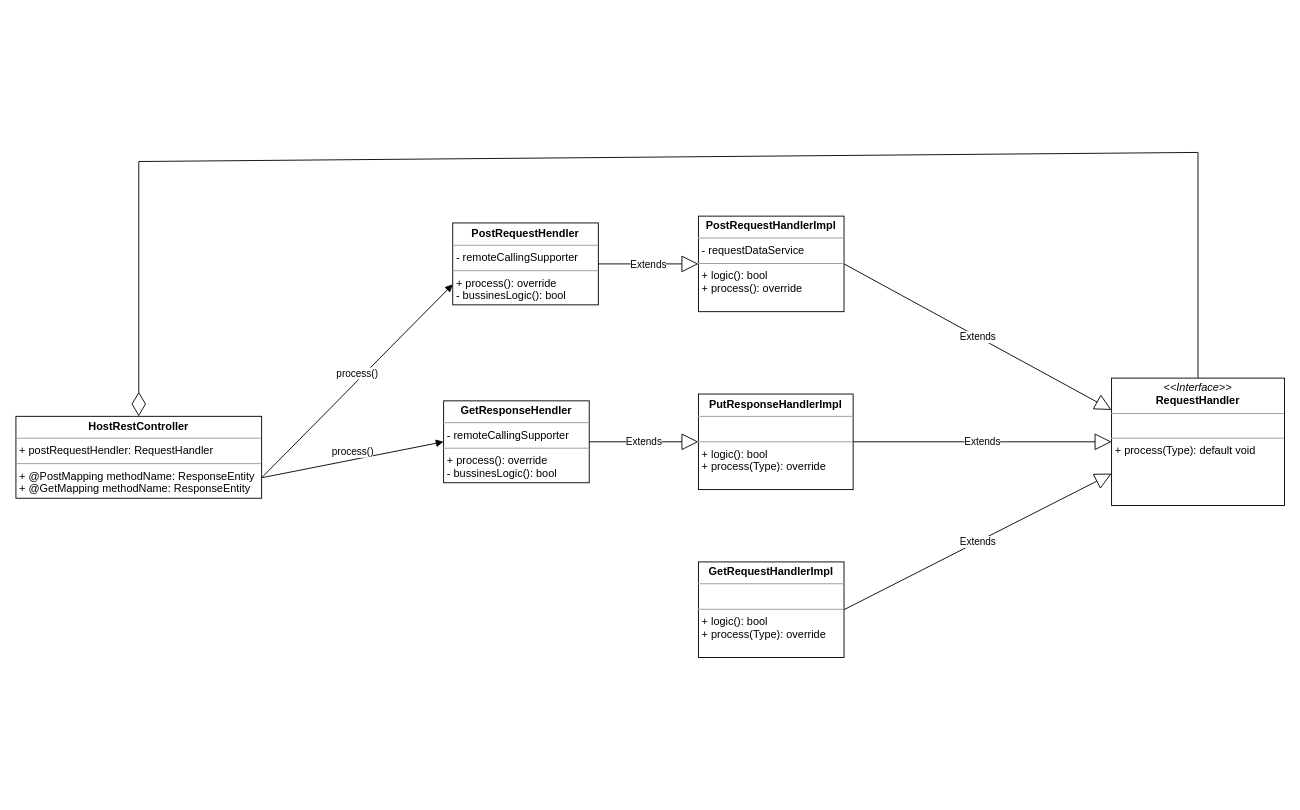
Jurixx777/schema keeps this draw.io diagram as adaptertemplate/Untitled Diagram.drawio. Above is the earlier version. Source tidied: cells renumbered, new cells numbered last; positions are measured from the earlier drawing's top-left corner, leaving out a move shared by most shapes. Both pictures are drawn from the tidied source at 91%, with x=0, y=0 at pixel (15, 152).
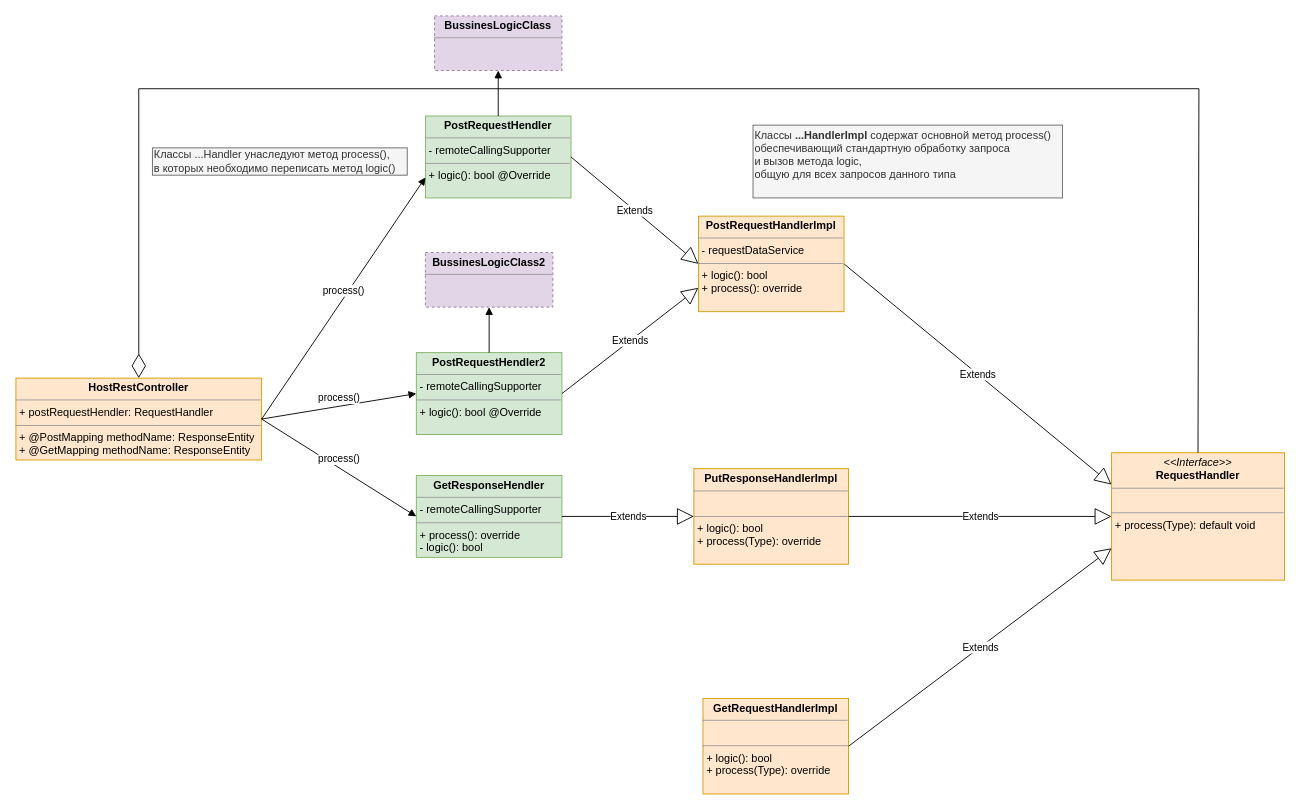
The same diagram, later.

The edit, as a diff of the source:
```diff
@@
-    <mxCell id="2" value="&lt;p style=&quot;margin: 0px ; margin-top: 4px ; text-align: center&quot;&gt;&lt;i&gt;&amp;lt;&amp;lt;Interface&amp;gt;&amp;gt;&lt;/i&gt;&lt;br&gt;&lt;b&gt;RequestHandler&lt;/b&gt;&lt;/p&gt;&lt;hr size=&quot;1&quot;&gt;&lt;p style=&quot;margin: 0px ; margin-left: 4px&quot;&gt;&lt;br&gt;&lt;/p&gt;&lt;hr size=&quot;1&quot;&gt;&lt;p style=&quot;margin: 0px ; margin-left: 4px&quot;&gt;+ process(Type): default void&lt;br&gt;&lt;/p&gt;" style="verticalAlign=top;align=left;overflow=fill;fontSize=12;fontFamily=Helvetica;html=1;" parent="1" vertex="1">
-      <mxGeometry x="1204" y="248" width="190" height="140" as="geometry" />
+    <mxCell id="2" value="&lt;p style=&quot;margin: 0px ; margin-top: 4px ; text-align: center&quot;&gt;&lt;i&gt;&amp;lt;&amp;lt;Interface&amp;gt;&amp;gt;&lt;/i&gt;&lt;br&gt;&lt;b&gt;RequestHandler&lt;/b&gt;&lt;/p&gt;&lt;hr size=&quot;1&quot;&gt;&lt;p style=&quot;margin: 0px ; margin-left: 4px&quot;&gt;&lt;br&gt;&lt;/p&gt;&lt;hr size=&quot;1&quot;&gt;&lt;p style=&quot;margin: 0px ; margin-left: 4px&quot;&gt;+ process(Type): default void&lt;br&gt;&lt;/p&gt;" style="verticalAlign=top;align=left;overflow=fill;fontSize=12;fontFamily=Helvetica;html=1;fillColor=#ffe6cc;strokeColor=#d79b00;" parent="1" vertex="1">
+      <mxGeometry x="1204" y="330" width="190" height="140" as="geometry" />
     </mxCell>
@@
-    <mxCell id="4" value="&lt;p style=&quot;margin: 0px ; margin-top: 4px ; text-align: center&quot;&gt;&lt;b&gt;PostRequestHandlerImpl&lt;/b&gt;&lt;/p&gt;&lt;hr size=&quot;1&quot;&gt;&lt;p style=&quot;margin: 0px ; margin-left: 4px&quot;&gt;- requestDataService&lt;br&gt;&lt;/p&gt;&lt;hr size=&quot;1&quot;&gt;&lt;p style=&quot;margin: 0px ; margin-left: 4px&quot;&gt;+ logic(): bool&lt;/p&gt;&lt;p style=&quot;margin: 0px ; margin-left: 4px&quot;&gt;+ process(): override&lt;br&gt;&lt;/p&gt;&lt;p style=&quot;margin: 0px ; margin-left: 4px&quot;&gt;&lt;br&gt;&lt;/p&gt;" style="verticalAlign=top;align=left;overflow=fill;fontSize=12;fontFamily=Helvetica;html=1;" parent="1" vertex="1">
+    <mxCell id="4" value="&lt;p style=&quot;margin: 0px ; margin-top: 4px ; text-align: center&quot;&gt;&lt;b&gt;PostRequestHandlerImpl&lt;/b&gt;&lt;/p&gt;&lt;hr size=&quot;1&quot;&gt;&lt;p style=&quot;margin: 0px ; margin-left: 4px&quot;&gt;- requestDataService&lt;br&gt;&lt;/p&gt;&lt;hr size=&quot;1&quot;&gt;&lt;p style=&quot;margin: 0px ; margin-left: 4px&quot;&gt;+ logic(): bool&lt;/p&gt;&lt;p style=&quot;margin: 0px ; margin-left: 4px&quot;&gt;+ process(): override&lt;br&gt;&lt;/p&gt;&lt;p style=&quot;margin: 0px ; margin-left: 4px&quot;&gt;&lt;br&gt;&lt;/p&gt;" style="verticalAlign=top;align=left;overflow=fill;fontSize=12;fontFamily=Helvetica;html=1;fillColor=#ffe6cc;strokeColor=#d79b00;" parent="1" vertex="1">
       <mxGeometry x="750" y="70" width="160" height="105" as="geometry" />
     </mxCell>
-    <mxCell id="5" value="&lt;p style=&quot;margin: 0px ; margin-top: 4px ; text-align: center&quot;&gt;&lt;b&gt;PutResponseHandlerImpl&lt;/b&gt;&lt;/p&gt;&lt;hr size=&quot;1&quot;&gt;&lt;p style=&quot;margin: 0px ; margin-left: 4px&quot;&gt;&lt;br&gt;&lt;/p&gt;&lt;hr size=&quot;1&quot;&gt;&lt;p style=&quot;margin: 0px ; margin-left: 4px&quot;&gt;+ logic(): bool&lt;/p&gt;&lt;p style=&quot;margin: 0px ; margin-left: 4px&quot;&gt;+ process(Type): override&lt;br&gt;&lt;/p&gt;&lt;p style=&quot;margin: 0px ; margin-left: 4px&quot;&gt;&lt;br&gt;&lt;/p&gt;" style="verticalAlign=top;align=left;overflow=fill;fontSize=12;fontFamily=Helvetica;html=1;" parent="1" vertex="1">
-      <mxGeometry x="750" y="265.5" width="170" height="105" as="geometry" />
+    <mxCell id="5" value="&lt;p style=&quot;margin: 0px ; margin-top: 4px ; text-align: center&quot;&gt;&lt;b&gt;PutResponseHandlerImpl&lt;/b&gt;&lt;/p&gt;&lt;hr size=&quot;1&quot;&gt;&lt;p style=&quot;margin: 0px ; margin-left: 4px&quot;&gt;&lt;br&gt;&lt;/p&gt;&lt;hr size=&quot;1&quot;&gt;&lt;p style=&quot;margin: 0px ; margin-left: 4px&quot;&gt;+ logic(): bool&lt;/p&gt;&lt;p style=&quot;margin: 0px ; margin-left: 4px&quot;&gt;+ process(Type): override&lt;br&gt;&lt;/p&gt;&lt;p style=&quot;margin: 0px ; margin-left: 4px&quot;&gt;&lt;br&gt;&lt;/p&gt;" style="verticalAlign=top;align=left;overflow=fill;fontSize=12;fontFamily=Helvetica;html=1;fillColor=#ffe6cc;strokeColor=#d79b00;" parent="1" vertex="1">
+      <mxGeometry x="745" y="347.5" width="170" height="105" as="geometry" />
     </mxCell>
@@
-    <mxCell id="7" value="&lt;p style=&quot;margin: 0px ; margin-top: 4px ; text-align: center&quot;&gt;&lt;b&gt;PostRequestHendler&lt;/b&gt;&lt;/p&gt;&lt;hr size=&quot;1&quot;&gt;&lt;p style=&quot;margin: 0px ; margin-left: 4px&quot;&gt;- remoteCallingSupporter&lt;br&gt;&lt;/p&gt;&lt;hr size=&quot;1&quot;&gt;&lt;p style=&quot;margin: 0px ; margin-left: 4px&quot;&gt;+ process(): override&lt;/p&gt;&lt;p style=&quot;margin: 0px ; margin-left: 4px&quot;&gt;- bussinesLogic(): bool&lt;/p&gt;" style="verticalAlign=top;align=left;overflow=fill;fontSize=12;fontFamily=Helvetica;html=1;" parent="1" vertex="1">
-      <mxGeometry x="480" y="77.5" width="160" height="90" as="geometry" />
+    <mxCell id="7" value="&lt;p style=&quot;margin: 0px ; margin-top: 4px ; text-align: center&quot;&gt;&lt;b&gt;PostRequestHendler&lt;/b&gt;&lt;/p&gt;&lt;hr size=&quot;1&quot;&gt;&lt;p style=&quot;margin: 0px ; margin-left: 4px&quot;&gt;- remoteCallingSupporter&lt;br&gt;&lt;/p&gt;&lt;hr size=&quot;1&quot;&gt;&lt;p style=&quot;margin: 0px ; margin-left: 4px&quot;&gt;&lt;span&gt;+ logic(): bool @Override&lt;/span&gt;&lt;br&gt;&lt;/p&gt;" style="verticalAlign=top;align=left;overflow=fill;fontSize=12;fontFamily=Helvetica;html=1;fillColor=#d5e8d4;strokeColor=#82b366;" parent="1" vertex="1">
+      <mxGeometry x="450" y="-40" width="160" height="90" as="geometry" />
     </mxCell>
-    <mxCell id="8" value="&lt;p style=&quot;margin: 0px ; margin-top: 4px ; text-align: center&quot;&gt;&lt;b&gt;GetRequestHandlerImpl&lt;/b&gt;&lt;/p&gt;&lt;hr size=&quot;1&quot;&gt;&lt;p style=&quot;margin: 0px ; margin-left: 4px&quot;&gt;&lt;br&gt;&lt;/p&gt;&lt;hr size=&quot;1&quot;&gt;&lt;p style=&quot;margin: 0px ; margin-left: 4px&quot;&gt;+ logic(): bool&lt;/p&gt;&lt;p style=&quot;margin: 0px ; margin-left: 4px&quot;&gt;+ process(Type): override&lt;br&gt;&lt;/p&gt;&lt;p style=&quot;margin: 0px ; margin-left: 4px&quot;&gt;&lt;br&gt;&lt;/p&gt;" style="verticalAlign=top;align=left;overflow=fill;fontSize=12;fontFamily=Helvetica;html=1;" parent="1" vertex="1">
-      <mxGeometry x="750" y="450" width="160" height="105" as="geometry" />
+    <mxCell id="8" value="&lt;p style=&quot;margin: 0px ; margin-top: 4px ; text-align: center&quot;&gt;&lt;b&gt;GetRequestHandlerImpl&lt;/b&gt;&lt;/p&gt;&lt;hr size=&quot;1&quot;&gt;&lt;p style=&quot;margin: 0px ; margin-left: 4px&quot;&gt;&lt;br&gt;&lt;/p&gt;&lt;hr size=&quot;1&quot;&gt;&lt;p style=&quot;margin: 0px ; margin-left: 4px&quot;&gt;+ logic(): bool&lt;/p&gt;&lt;p style=&quot;margin: 0px ; margin-left: 4px&quot;&gt;+ process(Type): override&lt;br&gt;&lt;/p&gt;&lt;p style=&quot;margin: 0px ; margin-left: 4px&quot;&gt;&lt;br&gt;&lt;/p&gt;" style="verticalAlign=top;align=left;overflow=fill;fontSize=12;fontFamily=Helvetica;html=1;fillColor=#ffe6cc;strokeColor=#d79b00;" parent="1" vertex="1">
+      <mxGeometry x="755" y="600" width="160" height="105" as="geometry" />
     </mxCell>
@@
-    <mxCell id="11" value="&lt;p style=&quot;margin: 0px ; margin-top: 4px ; text-align: center&quot;&gt;&lt;b&gt;HostRestController&lt;/b&gt;&lt;/p&gt;&lt;hr size=&quot;1&quot;&gt;&lt;p style=&quot;margin: 0px ; margin-left: 4px&quot;&gt;+ postRequestHendler: RequestHandler&lt;/p&gt;&lt;hr size=&quot;1&quot;&gt;&lt;p style=&quot;margin: 0px ; margin-left: 4px&quot;&gt;+ @PostMapping methodName: ResponseEntity&lt;br&gt;&lt;/p&gt;&lt;p style=&quot;margin: 0px ; margin-left: 4px&quot;&gt;+ @GetMapping methodName: ResponseEntity&lt;br&gt;&lt;/p&gt;" style="verticalAlign=top;align=left;overflow=fill;fontSize=12;fontFamily=Helvetica;html=1;" parent="1" vertex="1">
-      <mxGeometry y="290" width="270" height="90" as="geometry" />
+    <mxCell id="11" value="&lt;p style=&quot;margin: 0px ; margin-top: 4px ; text-align: center&quot;&gt;&lt;b&gt;HostRestController&lt;/b&gt;&lt;/p&gt;&lt;hr size=&quot;1&quot;&gt;&lt;p style=&quot;margin: 0px ; margin-left: 4px&quot;&gt;+ postRequestHendler: RequestHandler&lt;/p&gt;&lt;hr size=&quot;1&quot;&gt;&lt;p style=&quot;margin: 0px ; margin-left: 4px&quot;&gt;+ @PostMapping methodName: ResponseEntity&lt;br&gt;&lt;/p&gt;&lt;p style=&quot;margin: 0px ; margin-left: 4px&quot;&gt;+ @GetMapping methodName: ResponseEntity&lt;br&gt;&lt;/p&gt;" style="verticalAlign=top;align=left;overflow=fill;fontSize=12;fontFamily=Helvetica;html=1;fillColor=#ffe6cc;strokeColor=#d79b00;" parent="1" vertex="1">
+      <mxGeometry y="248" width="270" height="90" as="geometry" />
     </mxCell>
-    <mxCell id="12" value="process()" style="html=1;verticalAlign=bottom;endArrow=block;rounded=0;entryX=0;entryY=0.75;entryDx=0;entryDy=0;exitX=1;exitY=0.75;exitDx=0;exitDy=0;" parent="1" edge="1" source="11" target="7">
+    <mxCell id="12" value="process()" style="html=1;verticalAlign=bottom;endArrow=block;rounded=0;entryX=0;entryY=0.75;entryDx=0;entryDy=0;exitX=1;exitY=0.5;exitDx=0;exitDy=0;" parent="1" edge="1" source="11" target="7">
       <mxGeometry relative="1" as="geometry" />
     </mxCell>
     <mxCell id="13" style="endArrow=diamondThin;endFill=0;endSize=24;html=1;rounded=0;entryX=0.5;entryY=0;entryDx=0;entryDy=0;exitX=0.5;exitY=0;exitDx=0;exitDy=0;" parent="1" edge="1" source="2" target="11">
       <mxGeometry relative="1" as="geometry">
         <Array as="points">
-          <mxPoint x="1299" />
-          <mxPoint x="135" y="10" />
+          <mxPoint x="1300" y="-70" />
+          <mxPoint x="135" y="-70" />
         </Array>
       </mxGeometry>
     </mxCell>
-    <mxCell id="14" value="&lt;p style=&quot;margin: 0px ; margin-top: 4px ; text-align: center&quot;&gt;&lt;b&gt;GetResponseHendler&lt;/b&gt;&lt;/p&gt;&lt;hr size=&quot;1&quot;&gt;&lt;p style=&quot;margin: 0px ; margin-left: 4px&quot;&gt;- remoteCallingSupporter&lt;br&gt;&lt;/p&gt;&lt;hr size=&quot;1&quot;&gt;&lt;p style=&quot;margin: 0px ; margin-left: 4px&quot;&gt;+ process(): override&lt;/p&gt;&lt;p style=&quot;margin: 0px ; margin-left: 4px&quot;&gt;- bussinesLogic(): bool&lt;/p&gt;" style="verticalAlign=top;align=left;overflow=fill;fontSize=12;fontFamily=Helvetica;html=1;" parent="1" vertex="1">
-      <mxGeometry x="470" y="273" width="160" height="90" as="geometry" />
+    <mxCell id="14" value="&lt;p style=&quot;margin: 0px ; margin-top: 4px ; text-align: center&quot;&gt;&lt;b&gt;GetResponseHendler&lt;/b&gt;&lt;/p&gt;&lt;hr size=&quot;1&quot;&gt;&lt;p style=&quot;margin: 0px ; margin-left: 4px&quot;&gt;- remoteCallingSupporter&lt;br&gt;&lt;/p&gt;&lt;hr size=&quot;1&quot;&gt;&lt;p style=&quot;margin: 0px ; margin-left: 4px&quot;&gt;+ process(): override&lt;/p&gt;&lt;p style=&quot;margin: 0px ; margin-left: 4px&quot;&gt;- logic(): bool&lt;/p&gt;" style="verticalAlign=top;align=left;overflow=fill;fontSize=12;fontFamily=Helvetica;html=1;fillColor=#d5e8d4;strokeColor=#82b366;" parent="1" vertex="1">
+      <mxGeometry x="440" y="355" width="160" height="90" as="geometry" />
     </mxCell>
@@
-    <mxCell id="16" value="process()" style="html=1;verticalAlign=bottom;endArrow=block;rounded=0;entryX=0;entryY=0.5;entryDx=0;entryDy=0;exitX=1;exitY=0.75;exitDx=0;exitDy=0;" parent="1" edge="1" source="11" target="14">
+    <mxCell id="16" value="process()" style="html=1;verticalAlign=bottom;endArrow=block;rounded=0;entryX=0;entryY=0.5;entryDx=0;entryDy=0;exitX=1;exitY=0.5;exitDx=0;exitDy=0;" parent="1" edge="1" source="11" target="14">
       <mxGeometry relative="1" as="geometry" />
     </mxCell>
+    <mxCell id="17" value="&lt;p style=&quot;margin: 0px ; margin-top: 4px ; text-align: center&quot;&gt;&lt;b&gt;PostRequestHendler2&lt;/b&gt;&lt;/p&gt;&lt;hr size=&quot;1&quot;&gt;&lt;p style=&quot;margin: 0px ; margin-left: 4px&quot;&gt;- remoteCallingSupporter&lt;br&gt;&lt;/p&gt;&lt;hr size=&quot;1&quot;&gt;&lt;p style=&quot;margin: 0px ; margin-left: 4px&quot;&gt;&lt;span&gt;+ logic(): bool @Override&lt;/span&gt;&lt;br&gt;&lt;/p&gt;" style="verticalAlign=top;align=left;overflow=fill;fontSize=12;fontFamily=Helvetica;html=1;fillColor=#d5e8d4;strokeColor=#82b366;" parent="1" vertex="1">
+      <mxGeometry x="440" y="220" width="160" height="90" as="geometry" />
+    </mxCell>
+    <mxCell id="18" value="Extends" style="endArrow=block;endSize=16;endFill=0;html=1;rounded=0;entryX=0;entryY=0.75;entryDx=0;entryDy=0;exitX=1;exitY=0.5;exitDx=0;exitDy=0;" parent="1" edge="1" source="17" target="4">
+      <mxGeometry relative="1" as="geometry" />
+    </mxCell>
+    <mxCell id="19" value="process()" style="html=1;verticalAlign=bottom;endArrow=block;rounded=0;entryX=0;entryY=0.5;entryDx=0;entryDy=0;exitX=1;exitY=0.5;exitDx=0;exitDy=0;" parent="1" edge="1" source="11" target="17">
+      <mxGeometry relative="1" as="geometry" />
+    </mxCell>
+    <mxCell id="20" value="&lt;p style=&quot;margin: 0px ; margin-top: 4px ; text-align: center&quot;&gt;&lt;b&gt;BussinesLogicClass&lt;/b&gt;&lt;/p&gt;&lt;hr size=&quot;1&quot;&gt;&lt;div style=&quot;height: 2px&quot;&gt;&lt;br&gt;&lt;/div&gt;" style="verticalAlign=top;align=left;overflow=fill;fontSize=12;fontFamily=Helvetica;html=1;dashed=1;fillColor=#e1d5e7;strokeColor=#9673a6;" parent="1" vertex="1">
+      <mxGeometry x="460" y="-150" width="140" height="60" as="geometry" />
+    </mxCell>
+    <mxCell id="21" value="&lt;p style=&quot;margin: 0px ; margin-top: 4px ; text-align: center&quot;&gt;&lt;b&gt;BussinesLogicClass2&lt;/b&gt;&lt;/p&gt;&lt;hr size=&quot;1&quot;&gt;&lt;div style=&quot;height: 2px&quot;&gt;&lt;/div&gt;" style="verticalAlign=top;align=left;overflow=fill;fontSize=12;fontFamily=Helvetica;html=1;dashed=1;fillColor=#e1d5e7;strokeColor=#9673a6;" parent="1" vertex="1">
+      <mxGeometry x="450" y="110" width="140" height="60" as="geometry" />
+    </mxCell>
+    <mxCell id="22" style="html=1;verticalAlign=bottom;endArrow=block;rounded=0;entryX=0.5;entryY=1;entryDx=0;entryDy=0;exitX=0.5;exitY=0;exitDx=0;exitDy=0;" parent="1" edge="1" source="7" target="20">
+      <mxGeometry relative="1" as="geometry" />
+    </mxCell>
+    <mxCell id="23" style="html=1;verticalAlign=bottom;endArrow=block;rounded=0;exitX=0.5;exitY=0;exitDx=0;exitDy=0;" parent="1" edge="1" source="17">
+      <mxGeometry relative="1" as="geometry">
+        <mxPoint x="520" y="170" as="targetPoint" />
+      </mxGeometry>
+    </mxCell>
+    <mxCell id="24" value="Классы &lt;b&gt;...HandlerImpl&lt;/b&gt; содержат основной метод process()&amp;nbsp;&lt;br style=&quot;padding: 0px ; margin: 0px&quot;&gt;обеспечивающий&amp;nbsp;стандартную обработку запроса&lt;br&gt;и вызов метода logic,&lt;br style=&quot;padding: 0px ; margin: 0px&quot;&gt;общую для всех запросов данного типа&lt;br style=&quot;padding: 0px ; margin: 0px&quot;&gt;&amp;nbsp;" style="text;html=1;align=left;verticalAlign=middle;strokeColor=#666666;fillColor=#f5f5f5;fontColor=#333333;" parent="1" vertex="1">
+      <mxGeometry x="810" y="-30" width="340" height="80" as="geometry" />
+    </mxCell>
+    <mxCell id="25" value="Классы ...Handler унаследуют метод process(), &lt;br&gt;в которых необходимо переписать метод logic()&amp;nbsp;" style="text;html=1;align=left;verticalAlign=middle;strokeColor=#666666;fillColor=#f5f5f5;fontColor=#333333;" parent="1" vertex="1">
+      <mxGeometry x="150" y="-5" width="280" height="30" as="geometry" />
+    </mxCell>
```
